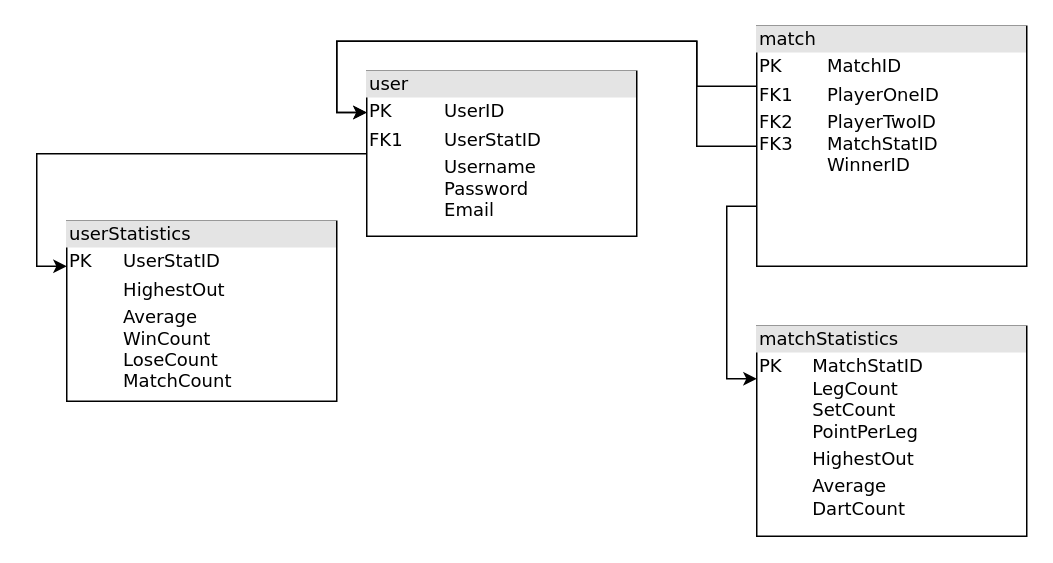
kopy011/Big-Fish keeps this draw.io diagram as Untitled Diagram.drawio. Above is the earlier version. Source tidied: cells renumbered, new cells numbered last; positions are measured from the earlier drawing's top-left corner, leaving out a move shared by most shapes. Both pictures are drawn from the tidied source at 150%, with x=0, y=0 at pixel (66, 26).
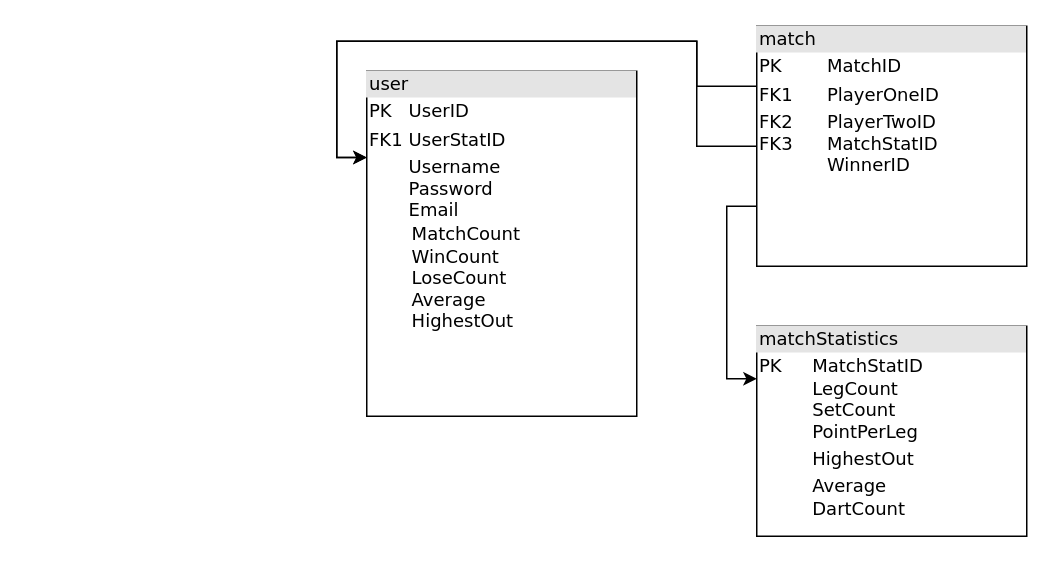
The same diagram, later.

The edit, as a diff of the source:
```diff
@@
 <mxGraphModel background="#ffffff">
   <root>
     <mxCell id="0" />
     <mxCell id="1" parent="0" />
-    <mxCell id="2" style="edgeStyle=orthogonalEdgeStyle;rounded=0;jettySize=auto;html=1;exitX=0;exitY=0.5;exitDx=0;exitDy=0;entryX=0;entryY=0.25;entryDx=0;entryDy=0;" parent="1" edge="1" source="3" target="8">
-      <mxGeometry relative="1" as="geometry" />
-    </mxCell>
-    <mxCell id="3" value="&lt;div style=&quot;box-sizing: border-box ; width: 100% ; background: #e4e4e4 ; padding: 2px&quot;&gt;user&lt;/div&gt;&lt;table style=&quot;width: 100% ; font-size: 1em&quot; cellpadding=&quot;2&quot; cellspacing=&quot;0&quot;&gt;&lt;tbody&gt;&lt;tr&gt;&lt;td&gt;PK&lt;/td&gt;&lt;td&gt;UserID&lt;/td&gt;&lt;/tr&gt;&lt;tr&gt;&lt;td&gt;FK1&lt;/td&gt;&lt;td&gt;UserStatID&lt;/td&gt;&lt;/tr&gt;&lt;tr&gt;&lt;td&gt;&lt;br&gt;&lt;/td&gt;&lt;td&gt;Username&lt;br&gt;Password&lt;br&gt;Email&lt;/td&gt;&lt;/tr&gt;&lt;/tbody&gt;&lt;/table&gt;" style="verticalAlign=top;align=left;overflow=fill;html=1;rounded=0;shadow=0;comic=0;labelBackgroundColor=none;strokeWidth=1;fontFamily=Verdana;fontSize=12;" parent="1" vertex="1">
-      <mxGeometry x="200" y="30" width="180" height="110" as="geometry" />
+    <mxCell id="3" value="&lt;div style=&quot;box-sizing: border-box ; width: 100% ; background: #e4e4e4 ; padding: 2px&quot;&gt;user&lt;/div&gt;&lt;table style=&quot;width: 100% ; font-size: 1em&quot; cellpadding=&quot;2&quot; cellspacing=&quot;0&quot;&gt;&lt;tbody&gt;&lt;tr&gt;&lt;td&gt;PK&lt;/td&gt;&lt;td&gt;UserID&lt;/td&gt;&lt;/tr&gt;&lt;tr&gt;&lt;td&gt;FK1&lt;/td&gt;&lt;td&gt;UserStatID&lt;/td&gt;&lt;/tr&gt;&lt;tr&gt;&lt;td&gt;&lt;br&gt;&lt;/td&gt;&lt;td&gt;Username&lt;br&gt;Password&lt;br&gt;Email&lt;br&gt;&lt;table cellpadding=&quot;2&quot; cellspacing=&quot;0&quot; style=&quot;font-size: 1em ; width: 179.556px&quot;&gt;&lt;tbody&gt;&lt;tr&gt;&lt;td&gt;MatchCount&lt;br&gt;WinCount&lt;br&gt;LoseCount&lt;br&gt;Average&lt;br&gt;HighestOut&lt;br&gt;&lt;br&gt;&lt;br&gt;&lt;br&gt;&lt;/td&gt;&lt;/tr&gt;&lt;tr&gt;&lt;td&gt;&lt;br&gt;&lt;/td&gt;&lt;td&gt;&lt;br&gt;&lt;br&gt;&lt;br&gt;&lt;br&gt;&lt;/td&gt;&lt;/tr&gt;&lt;/tbody&gt;&lt;/table&gt;&lt;/td&gt;&lt;/tr&gt;&lt;/tbody&gt;&lt;/table&gt;" style="verticalAlign=top;align=left;overflow=fill;html=1;rounded=0;shadow=0;comic=0;labelBackgroundColor=none;strokeWidth=1;fontFamily=Verdana;fontSize=12;" parent="1" vertex="1">
+      <mxGeometry x="200" y="30" width="180" height="230" as="geometry" />
     </mxCell>
     <mxCell id="4" style="edgeStyle=orthogonalEdgeStyle;rounded=0;jettySize=auto;html=1;exitX=0;exitY=0.25;exitDx=0;exitDy=0;entryX=0;entryY=0.25;entryDx=0;entryDy=0;" parent="1" edge="1" source="7" target="3">
       <mxGeometry relative="1" as="geometry" />
     </mxCell>
     <mxCell id="5" style="edgeStyle=orthogonalEdgeStyle;rounded=0;jettySize=auto;html=1;exitX=0;exitY=0.5;exitDx=0;exitDy=0;entryX=0;entryY=0.25;entryDx=0;entryDy=0;" parent="1" edge="1" source="7" target="3">
       <mxGeometry relative="1" as="geometry" />
     </mxCell>
     <mxCell id="6" style="edgeStyle=orthogonalEdgeStyle;rounded=0;jettySize=auto;html=1;exitX=0;exitY=0.75;exitDx=0;exitDy=0;entryX=0;entryY=0.25;entryDx=0;entryDy=0;" parent="1" edge="1" source="7" target="9">
       <mxGeometry relative="1" as="geometry" />
     </mxCell>
     <mxCell id="7" value="&lt;div style=&quot;box-sizing: border-box ; width: 100% ; background: #e4e4e4 ; padding: 2px&quot;&gt;match&lt;/div&gt;&lt;table style=&quot;width: 100% ; font-size: 1em&quot; cellpadding=&quot;2&quot; cellspacing=&quot;0&quot;&gt;&lt;tbody&gt;&lt;tr&gt;&lt;td&gt;PK&lt;/td&gt;&lt;td&gt;MatchID&lt;/td&gt;&lt;/tr&gt;&lt;tr&gt;&lt;td&gt;FK1&lt;/td&gt;&lt;td&gt;PlayerOneID&lt;/td&gt;&lt;/tr&gt;&lt;tr&gt;&lt;td&gt;FK2&lt;br&gt;FK3&lt;br&gt;&lt;br&gt;&lt;/td&gt;&lt;td&gt;PlayerTwoID&lt;br&gt;MatchStatID&lt;br&gt;WinnerID&lt;/td&gt;&lt;/tr&gt;&lt;/tbody&gt;&lt;/table&gt;" style="verticalAlign=top;align=left;overflow=fill;html=1;rounded=0;shadow=0;comic=0;labelBackgroundColor=none;strokeWidth=1;fontFamily=Verdana;fontSize=12;" parent="1" vertex="1">
       <mxGeometry x="460" width="180" height="160" as="geometry" />
     </mxCell>
-    <mxCell id="8" value="&lt;div style=&quot;box-sizing: border-box ; width: 100% ; background: #e4e4e4 ; padding: 2px&quot;&gt;userStatistics&lt;/div&gt;&lt;table style=&quot;width: 100% ; font-size: 1em&quot; cellpadding=&quot;2&quot; cellspacing=&quot;0&quot;&gt;&lt;tbody&gt;&lt;tr&gt;&lt;td&gt;PK&lt;/td&gt;&lt;td&gt;UserStatID&lt;/td&gt;&lt;/tr&gt;&lt;tr&gt;&lt;td&gt;&lt;br&gt;&lt;/td&gt;&lt;td&gt;HighestOut&lt;/td&gt;&lt;/tr&gt;&lt;tr&gt;&lt;td&gt;&lt;br&gt;&lt;/td&gt;&lt;td&gt;Average&lt;br&gt;WinCount&lt;br&gt;LoseCount&lt;br&gt;MatchCount&lt;/td&gt;&lt;/tr&gt;&lt;/tbody&gt;&lt;/table&gt;" style="verticalAlign=top;align=left;overflow=fill;html=1;rounded=0;shadow=0;comic=0;labelBackgroundColor=none;strokeWidth=1;fontFamily=Verdana;fontSize=12;" parent="1" vertex="1">
-      <mxGeometry y="130" width="180" height="120" as="geometry" />
-    </mxCell>
     <mxCell id="9" value="&lt;div style=&quot;box-sizing: border-box ; width: 100% ; background: #e4e4e4 ; padding: 2px&quot;&gt;matchStatistics&lt;/div&gt;&lt;table style=&quot;width: 100% ; font-size: 1em&quot; cellpadding=&quot;2&quot; cellspacing=&quot;0&quot;&gt;&lt;tbody&gt;&lt;tr&gt;&lt;td&gt;PK&lt;br&gt;&lt;br&gt;&lt;br&gt;&lt;br&gt;&lt;/td&gt;&lt;td&gt;MatchStatID&lt;br&gt;LegCount&lt;br&gt;SetCount&lt;br&gt;PointPerLeg&lt;br&gt;&lt;/td&gt;&lt;/tr&gt;&lt;tr&gt;&lt;td&gt;&lt;br&gt;&lt;/td&gt;&lt;td&gt;HighestOut&lt;/td&gt;&lt;/tr&gt;&lt;tr&gt;&lt;td&gt;&lt;br&gt;&lt;/td&gt;&lt;td&gt;Average&lt;br&gt;DartCount&lt;br&gt;&lt;/td&gt;&lt;/tr&gt;&lt;/tbody&gt;&lt;/table&gt;" style="verticalAlign=top;align=left;overflow=fill;html=1;rounded=0;shadow=0;comic=0;labelBackgroundColor=none;strokeWidth=1;fontFamily=Verdana;fontSize=12;" parent="1" vertex="1">
       <mxGeometry x="460" y="200" width="180" height="140" as="geometry" />
     </mxCell>
   </root>
 </mxGraphModel>
```
